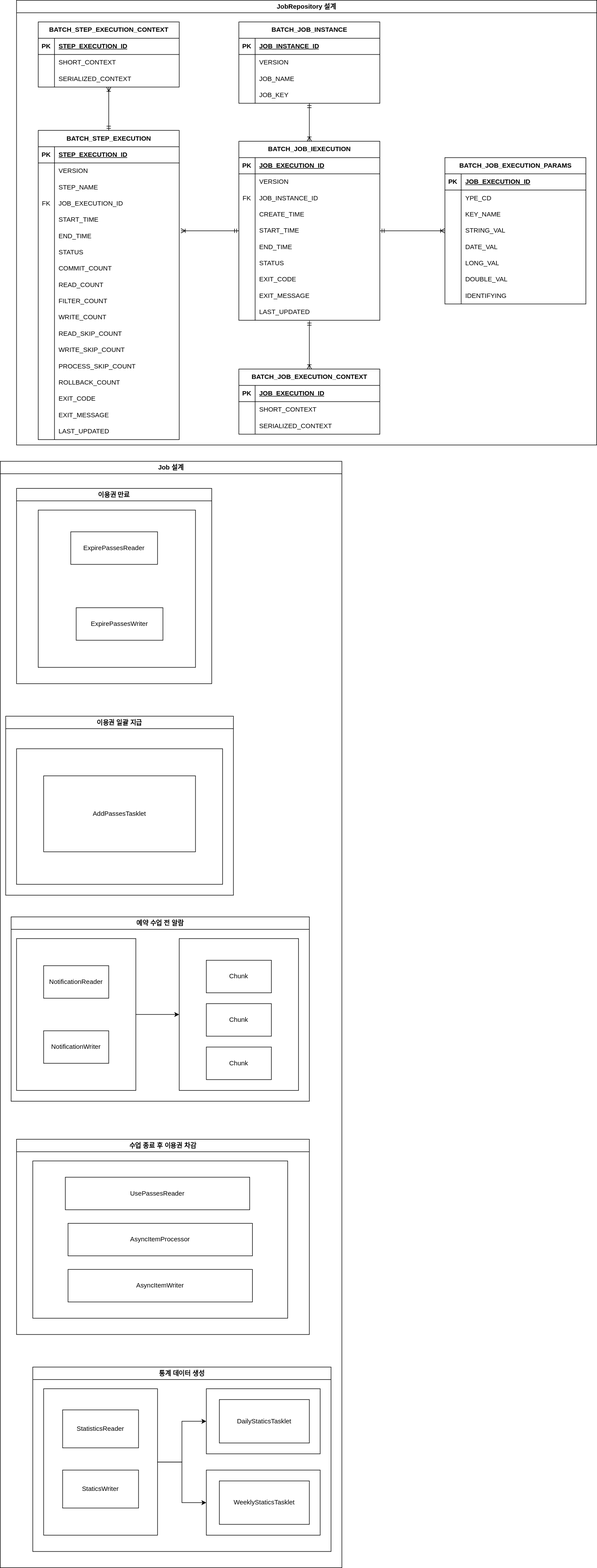
Earlier version of the draw.io export document/Batch 구조.svg (YG-creator/PT-project). Source tidied: cells renumbered, new cells last; positions are measured from the earlier drawing's top-left corner, leaving out a move shared by most shapes.
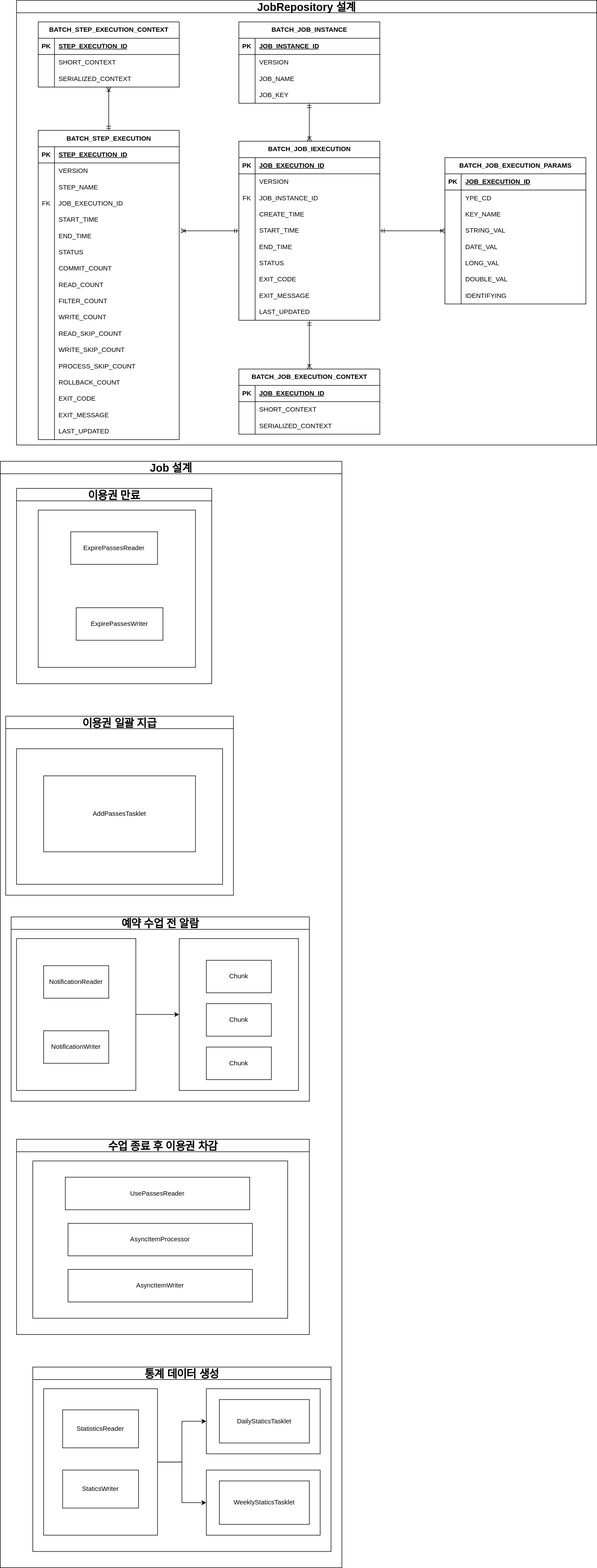
The same diagram one commit later.

Commit message:
Batch 구조.svg 업데이트

The edit, as a diff of the source:
```diff
@@ -11,7 +11,7 @@
     <mxCell id="4" value="ExpirePassesWriter" style="rounded=0;whiteSpace=wrap;html=1;" parent="1" vertex="1">
       <mxGeometry x="140" y="1120" width="160" height="60" as="geometry" />
     </mxCell>
-    <mxCell id="5" value="이용권 만료" style="swimlane;whiteSpace=wrap;html=1;" parent="1" vertex="1">
+    <mxCell id="5" value="&lt;font style=&quot;font-size: 20px;&quot;&gt;이용권 만료&lt;/font&gt;" style="swimlane;whiteSpace=wrap;html=1;" parent="1" vertex="1">
       <mxGeometry x="30" y="900" width="360" height="360" as="geometry" />
     </mxCell>
     <mxCell id="6" style="rounded=0;whiteSpace=wrap;html=1;" parent="1" vertex="1">
@@ -20,7 +20,7 @@
     <mxCell id="7" value="AddPassesTasklet" style="rounded=0;whiteSpace=wrap;html=1;" parent="1" vertex="1">
       <mxGeometry x="80" y="1430" width="280" height="140" as="geometry" />
     </mxCell>
-    <mxCell id="8" value="이용권 일괄 지급" style="swimlane;whiteSpace=wrap;html=1;" parent="1" vertex="1">
+    <mxCell id="8" value="&lt;font style=&quot;font-size: 20px;&quot;&gt;이용권 일괄 지급&lt;/font&gt;" style="swimlane;whiteSpace=wrap;html=1;" parent="1" vertex="1">
       <mxGeometry x="10" y="1320" width="420" height="330" as="geometry" />
     </mxCell>
     <mxCell id="9" style="edgeStyle=orthogonalEdgeStyle;rounded=0;jettySize=auto;html=1;exitX=1;exitY=0.5;exitDx=0;exitDy=0;" parent="1" edge="1" source="10" target="13">
@@ -47,7 +47,7 @@
     <mxCell id="16" value="Chunk" style="rounded=0;whiteSpace=wrap;html=1;" parent="1" vertex="1">
       <mxGeometry x="380" y="1930" width="120" height="60" as="geometry" />
     </mxCell>
-    <mxCell id="17" value="예약 수업 전 알람" style="swimlane;whiteSpace=wrap;html=1;" parent="1" vertex="1">
+    <mxCell id="17" value="&lt;font style=&quot;font-size: 20px;&quot;&gt;예약 수업 전 알람&lt;/font&gt;" style="swimlane;whiteSpace=wrap;html=1;" parent="1" vertex="1">
       <mxGeometry x="20" y="1690" width="550" height="340" as="geometry" />
     </mxCell>
     <mxCell id="18" style="rounded=0;whiteSpace=wrap;html=1;" parent="1" vertex="1">
@@ -62,7 +62,7 @@
     <mxCell id="21" value="AsyncItemWriter" style="rounded=0;whiteSpace=wrap;html=1;" parent="1" vertex="1">
       <mxGeometry x="125" y="2340" width="340" height="60" as="geometry" />
     </mxCell>
-    <mxCell id="22" value="수업 종료 후 이용권 차감" style="swimlane;whiteSpace=wrap;html=1;" parent="1" vertex="1">
+    <mxCell id="22" value="&lt;font style=&quot;font-size: 20px;&quot;&gt;수업 종료 후 이용권 차감&lt;/font&gt;" style="swimlane;whiteSpace=wrap;html=1;" parent="1" vertex="1">
       <mxGeometry x="30" y="2100" width="540" height="360" as="geometry" />
     </mxCell>
     <mxCell id="23" style="edgeStyle=orthogonalEdgeStyle;rounded=0;jettySize=auto;html=1;exitX=1;exitY=0.5;exitDx=0;exitDy=0;entryX=0;entryY=0.5;entryDx=0;entryDy=0;" parent="1" edge="1" source="25" target="28">
@@ -92,12 +92,12 @@
     <mxCell id="31" value="WeeklyStaticsTasklet" style="rounded=0;whiteSpace=wrap;html=1;" parent="1" vertex="1">
       <mxGeometry x="404" y="2730" width="166" height="80" as="geometry" />
     </mxCell>
+    <mxCell id="33" value="&lt;font style=&quot;font-size: 20px;&quot;&gt;Job 설계&lt;/font&gt;" style="swimlane;whiteSpace=wrap;html=1;" parent="1" vertex="1">
+      <mxGeometry y="850" width="630" height="2040" as="geometry" />
+    </mxCell>
-    <mxCell id="32" value="통계 데이터 생성" style="swimlane;whiteSpace=wrap;html=1;" parent="1" vertex="1">
-      <mxGeometry x="60" y="2520" width="550" height="340" as="geometry" />
+    <mxCell id="32" value="&lt;font style=&quot;font-size: 20px;&quot;&gt;통계 데이터 생성&lt;/font&gt;" style="swimlane;whiteSpace=wrap;html=1;" parent="33" vertex="1">
+      <mxGeometry x="60" y="1670" width="550" height="340" as="geometry" />
     </mxCell>
-    <mxCell id="33" value="Job 설계" style="swimlane;whiteSpace=wrap;html=1;" parent="1" vertex="1">
-      <mxGeometry y="850" width="630" height="2040" as="geometry" />
-    </mxCell>
     <mxCell id="34" value="BATCH_STEP_EXECUTION_CONTEXT" style="shape=table;startSize=30;rowLines=0;fontStyle=1;align=center;html=1;" parent="1" vertex="1">
       <mxGeometry x="70" y="40" width="260" height="120" as="geometry" />
     </mxCell>
@@ -545,7 +545,7 @@
     <mxCell id="182" style="edgeStyle=orthogonalEdgeStyle;rounded=0;jettySize=auto;html=1;exitX=1;exitY=0.5;exitDx=0;exitDy=0;entryX=0;entryY=0.5;entryDx=0;entryDy=0;endArrow=ERoneToMany;endFill=0;startArrow=ERmandOne;startFill=0;" parent="1" edge="1" source="127" target="167">
       <mxGeometry relative="1" as="geometry" />
     </mxCell>
-    <mxCell id="183" value="JobRepository 설계" style="swimlane;whiteSpace=wrap;html=1;" parent="1" vertex="1">
+    <mxCell id="183" value="&lt;font style=&quot;font-size: 20px;&quot;&gt;JobRepository 설계&lt;/font&gt;" style="swimlane;whiteSpace=wrap;html=1;" parent="1" vertex="1">
       <mxGeometry x="30" width="1070" height="820" as="geometry" />
     </mxCell>
   </root>
```
